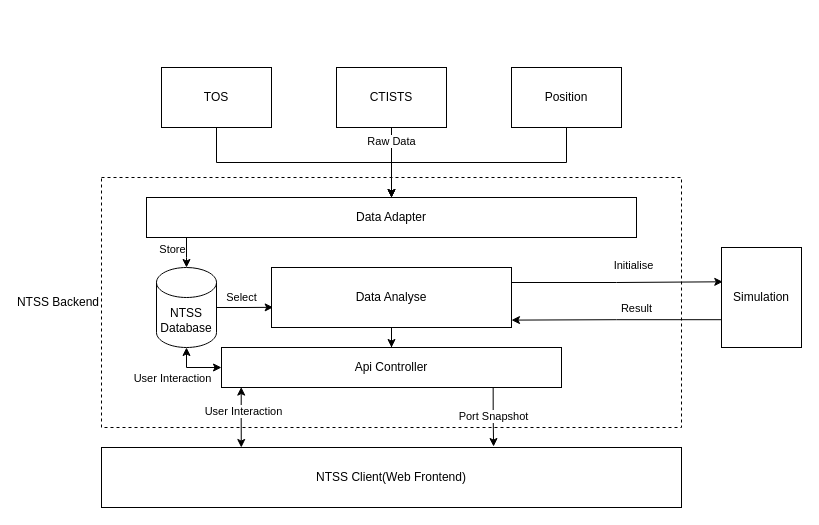
The draw.io diagram page "SystemStructure" (1 of 2) of images/source/BackendStructure.drawio in MeowAlienOwO/unnc-mdreport-template, before the edit. Source tidied: cells renumbered, new cells numbered last; positions are measured from the earlier drawing's top-left corner, leaving out a move shared by most shapes. Both pictures are drawn from the tidied source at 100%, with x=0, y=0 at pixel (101, 67).
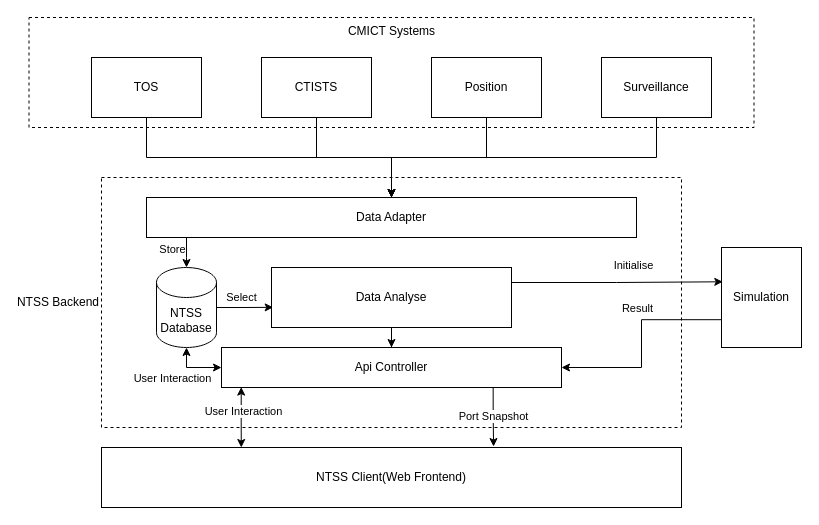
The same page after the edit.

Commit message (it also covers changes not shown here):
ntss backend

Unchanged cells that the change refers to:
```xml
<mxCell id="8" style="edgeStyle=orthogonalEdgeStyle;rounded=0;jettySize=auto;html=1;entryX=0.5;entryY=0;entryDx=0;entryDy=0;" parent="1" edge="1" source="10" target="18">
  <mxGeometry relative="1" as="geometry" />
</mxCell>
<mxCell id="15" value="Simulation" style="rounded=0;whiteSpace=wrap;html=1;" parent="1" vertex="1">
  <mxGeometry x="620" y="180" width="80" height="100" as="geometry" />
</mxCell>
<mxCell id="18" value="Data Adapter" style="rounded=0;whiteSpace=wrap;html=1;fillColor=none;" parent="1" vertex="1">
  <mxGeometry x="45" y="130" width="490" height="40" as="geometry" />
</mxCell>
<mxCell id="25" value="Data Analyse" style="rounded=0;whiteSpace=wrap;html=1;" parent="1" vertex="1">
  <mxGeometry x="170" y="200" width="240" height="60" as="geometry" />
</mxCell>
<mxCell id="29" value="Api Controller" style="rounded=0;whiteSpace=wrap;html=1;" parent="1" vertex="1">
  <mxGeometry x="120" y="280" width="340" height="40" as="geometry" />
</mxCell>
```

What changed in the source:
```diff
@@
     <mxCell id="7" value="TOS" style="rounded=0;whiteSpace=wrap;html=1;" parent="1" vertex="1">
-      <mxGeometry x="60" width="110" height="60" as="geometry" />
+      <mxGeometry x="-10" y="-10" width="110" height="60" as="geometry" />
     </mxCell>
@@
-    <mxCell id="9" value="Raw Data" style="edgeLabel;html=1;align=center;verticalAlign=middle;" parent="8" vertex="1">
-      <mxGeometry x="-0.63" y="-1" relative="1" as="geometry" />
-    </mxCell>
     <mxCell id="10" value="CTISTS" style="rounded=0;whiteSpace=wrap;html=1;" parent="1" vertex="1">
-      <mxGeometry x="235" width="110" height="60" as="geometry" />
+      <mxGeometry x="160" y="-10" width="110" height="60" as="geometry" />
     </mxCell>
@@
     <mxCell id="12" value="Position" style="rounded=0;whiteSpace=wrap;html=1;" parent="1" vertex="1">
-      <mxGeometry x="410" width="110" height="60" as="geometry" />
+      <mxGeometry x="330" y="-10" width="110" height="60" as="geometry" />
     </mxCell>
-    <mxCell id="13" style="edgeStyle=orthogonalEdgeStyle;rounded=0;jettySize=auto;html=1;entryX=1;entryY=0.877;entryDx=0;entryDy=0;exitX=-0.005;exitY=0.722;exitDx=0;exitDy=0;exitPerimeter=0;entryPerimeter=0;" parent="1" edge="1" source="15" target="25">
+    <mxCell id="13" style="edgeStyle=orthogonalEdgeStyle;rounded=0;jettySize=auto;html=1;exitX=-0.005;exitY=0.722;exitDx=0;exitDy=0;exitPerimeter=0;" parent="1" edge="1" source="15" target="29">
       <mxGeometry relative="1" as="geometry" />
     </mxCell>
@@
+    <mxCell id="30" style="edgeStyle=orthogonalEdgeStyle;rounded=0;jettySize=auto;html=1;" parent="1" edge="1" source="31" target="18">
+      <mxGeometry relative="1" as="geometry" />
+    </mxCell>
+    <mxCell id="31" value="Surveillance" style="rounded=0;whiteSpace=wrap;html=1;" parent="1" vertex="1">
+      <mxGeometry x="500" y="-10" width="110" height="60" as="geometry" />
+    </mxCell>
+    <mxCell id="32" value="CMICT Systems" style="rounded=0;whiteSpace=wrap;html=1;fillColor=none;dashed=1;verticalAlign=top;" parent="1" vertex="1">
+      <mxGeometry x="-72.5" y="-50" width="725" height="110" as="geometry" />
+    </mxCell>
```
